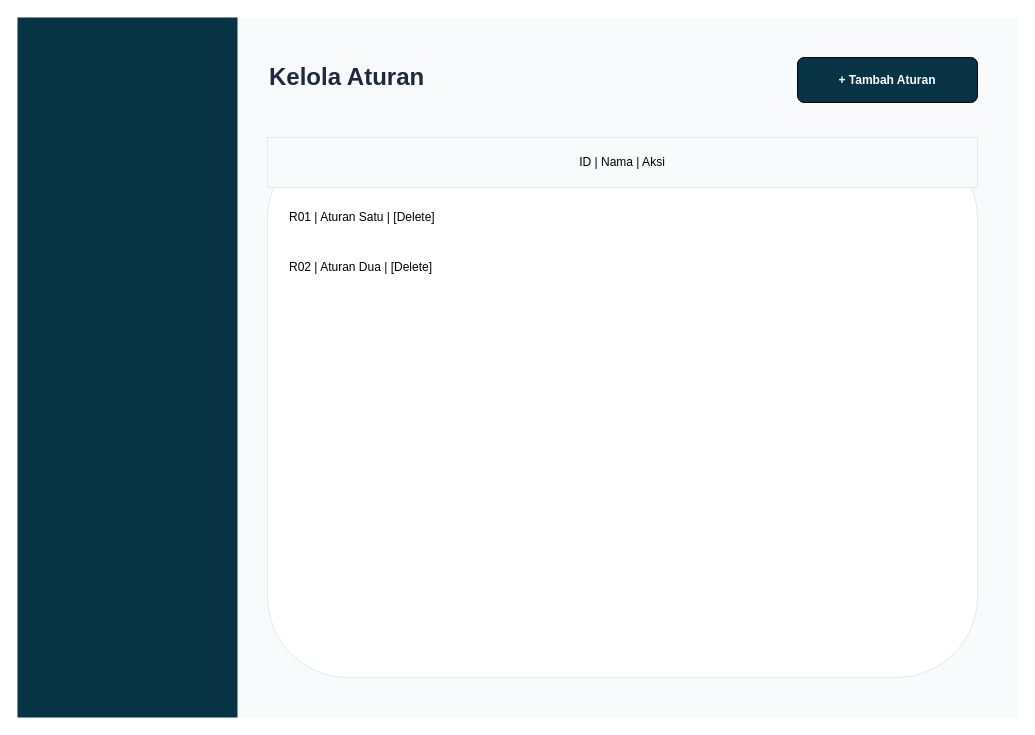
Before: diagram/desain/admin_aturan.drawio in Jinsky/Jinsky, a draw.io diagram. Source tidied: cells renumbered, new cells numbered last; positions are measured from the earlier drawing's top-left corner, leaving out a move shared by most shapes. Both pictures are drawn from the tidied source at 100%, with x=0, y=0 at pixel (17, 17).
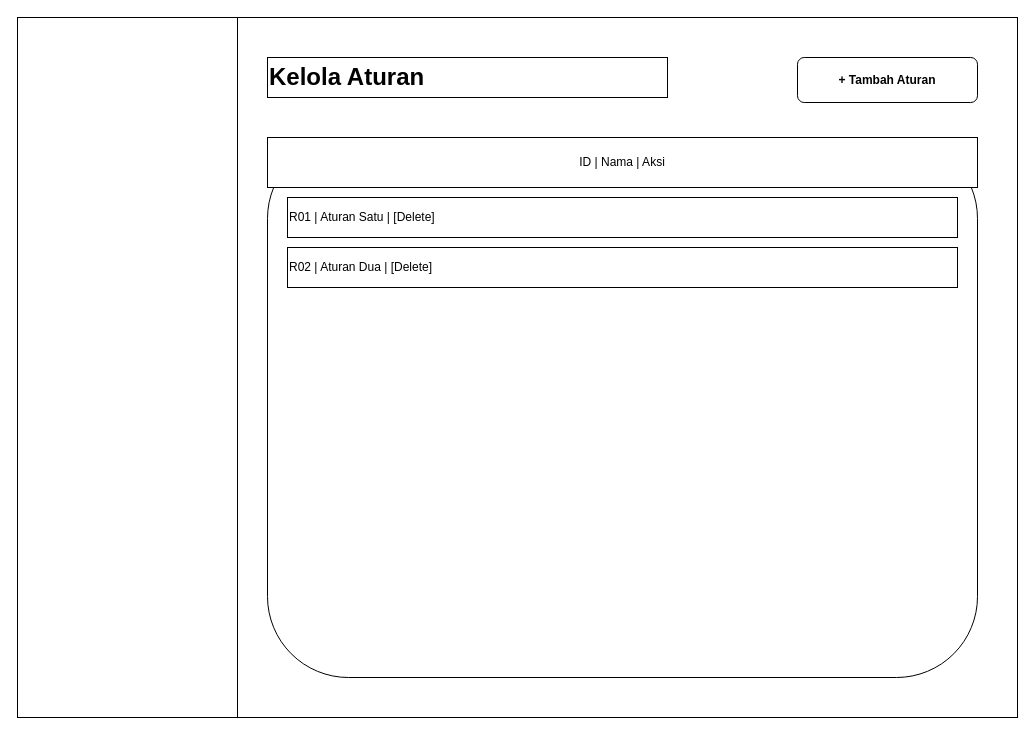
Above is the later version.

What changed in the source:
```diff
@@
 <mxGraphModel>
   <root>
     <mxCell id="0" />
     <mxCell id="1" parent="0" />
-    <mxCell id="2" style="rounded=0;whiteSpace=wrap;html=1;fillColor=#f8fafc;strokeColor=none;" parent="1" vertex="1">
+    <mxCell id="2" style="rounded=0;whiteSpace=wrap;html=1;fillColor=#ffffff;strokeColor=#000000;fontColor=#000000;" parent="1" vertex="1">
       <mxGeometry width="1000" height="700" as="geometry" />
     </mxCell>
-    <mxCell id="3" style="rounded=0;whiteSpace=wrap;html=1;fillColor=#083344;strokeColor=none;" parent="1" vertex="1">
+    <mxCell id="3" style="rounded=0;whiteSpace=wrap;html=1;fillColor=#ffffff;strokeColor=#000000;fontColor=#000000;" parent="1" vertex="1">
       <mxGeometry width="220" height="700" as="geometry" />
     </mxCell>
-    <mxCell id="4" value="&lt;b&gt;Kelola Aturan&lt;/b&gt;" style="text;html=1;strokeColor=none;fillColor=none;align=left;verticalAlign=middle;whiteSpace=wrap;rounded=0;fontSize=24;fontColor=#1e293b;" parent="1" vertex="1">
+    <mxCell id="4" value="&lt;b&gt;Kelola Aturan&lt;/b&gt;" style="text;html=1;strokeColor=#000000;fillColor=none;align=left;verticalAlign=middle;whiteSpace=wrap;rounded=0;fontSize=24;fontColor=#000000;" parent="1" vertex="1">
       <mxGeometry x="250" y="40" width="400" height="40" as="geometry" />
     </mxCell>
-    <mxCell id="5" value="+ Tambah Aturan" style="rounded=0;whiteSpace=wrap;html=1;fillColor=#083344;fontColor=#ffffff;rounded=1;fontStyle=1;" parent="1" vertex="1">
+    <mxCell id="5" value="+ Tambah Aturan" style="rounded=1;whiteSpace=wrap;html=1;fillColor=#ffffff;fontColor=#000000;fontStyle=1;strokeColor=#000000;" parent="1" vertex="1">
       <mxGeometry x="780" y="40" width="180" height="45" as="geometry" />
     </mxCell>
-    <mxCell id="6" style="rounded=0;whiteSpace=wrap;html=1;fillColor=#ffffff;rounded=1;strokeColor=#e2e8f0;" parent="1" vertex="1">
+    <mxCell id="6" style="rounded=1;whiteSpace=wrap;html=1;fillColor=#ffffff;strokeColor=#000000;fontColor=#000000;" parent="1" vertex="1">
       <mxGeometry x="250" y="120" width="710" height="540" as="geometry" />
     </mxCell>
-    <mxCell id="7" value="ID | Nama | Aksi" style="rounded=0;whiteSpace=wrap;html=1;fillColor=#f8fafc;strokeColor=#e2e8f0;" parent="1" vertex="1">
+    <mxCell id="7" value="ID | Nama | Aksi" style="rounded=0;whiteSpace=wrap;html=1;fillColor=#ffffff;strokeColor=#000000;fontColor=#000000;" parent="1" vertex="1">
       <mxGeometry x="250" y="120" width="710" height="50" as="geometry" />
     </mxCell>
-    <mxCell id="8" value="R01 | Aturan Satu | [Delete]" style="text;html=1;strokeColor=none;fillColor=none;align=left;verticalAlign=middle;whiteSpace=wrap;rounded=0;" parent="1" vertex="1">
+    <mxCell id="8" value="R01 | Aturan Satu | [Delete]" style="text;html=1;strokeColor=#000000;fillColor=none;align=left;verticalAlign=middle;whiteSpace=wrap;rounded=0;fontColor=#000000;" parent="1" vertex="1">
       <mxGeometry x="270" y="180" width="670" height="40" as="geometry" />
     </mxCell>
-    <mxCell id="9" value="R02 | Aturan Dua | [Delete]" style="text;html=1;strokeColor=none;fillColor=none;align=left;verticalAlign=middle;whiteSpace=wrap;rounded=0;" parent="1" vertex="1">
+    <mxCell id="9" value="R02 | Aturan Dua | [Delete]" style="text;html=1;strokeColor=#000000;fillColor=none;align=left;verticalAlign=middle;whiteSpace=wrap;rounded=0;fontColor=#000000;" parent="1" vertex="1">
       <mxGeometry x="270" y="230" width="670" height="40" as="geometry" />
     </mxCell>
   </root>
 </mxGraphModel>
```
